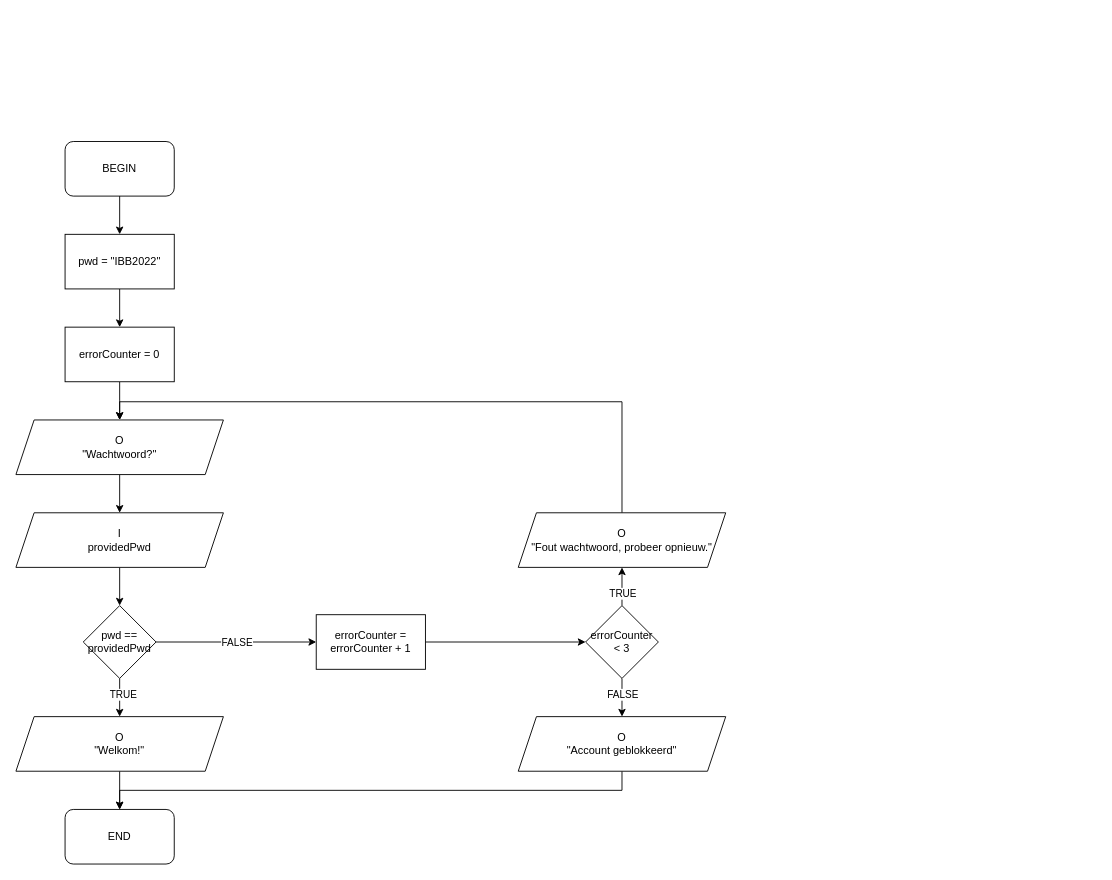
Earlier version of the draw.io diagram page "Q5" (4 of 4) of algortimes.drawio (tvercamer/vub-inf-wpo-solutions). Source tidied: cells renumbered, new cells numbered last; positions are measured from the earlier drawing's top-left corner, leaving out a move shared by most shapes. Both pictures are drawn from the tidied source at 91%, with x=0, y=0 at pixel (15, 141).
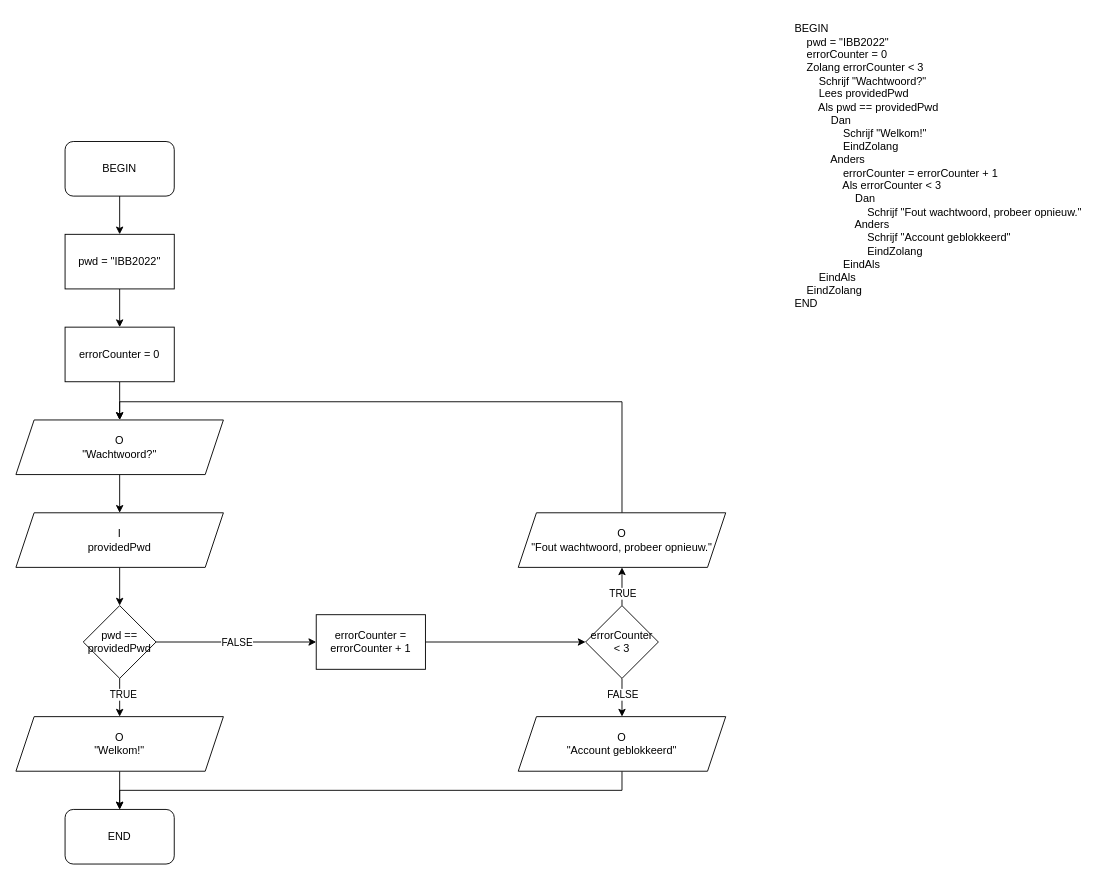
Above is the later version.

Change to the diagram source:
```diff
@@
+    <mxCell id="31" value="BEGIN&lt;br&gt;&amp;nbsp; &amp;nbsp; pwd = &quot;IBB2022&quot;&lt;br&gt;&amp;nbsp; &amp;nbsp; errorCounter = 0&lt;br&gt;&amp;nbsp; &amp;nbsp; Zolang errorCounter &amp;lt; 3&lt;br&gt;&amp;nbsp; &amp;nbsp; &amp;nbsp; &amp;nbsp; Schrijf &quot;Wachtwoord?&quot;&lt;br&gt;&amp;nbsp; &amp;nbsp; &amp;nbsp; &amp;nbsp; Lees providedPwd&lt;br&gt;&amp;nbsp; &amp;nbsp; &amp;nbsp; &amp;nbsp; Als pwd == providedPwd&lt;br&gt;&amp;nbsp; &amp;nbsp; &amp;nbsp; &amp;nbsp; &amp;nbsp; &amp;nbsp; Dan&lt;br&gt;&amp;nbsp; &amp;nbsp; &amp;nbsp; &amp;nbsp; &amp;nbsp; &amp;nbsp; &amp;nbsp; &amp;nbsp; Schrijf &quot;Welkom!&quot;&lt;br&gt;&amp;nbsp; &amp;nbsp; &amp;nbsp; &amp;nbsp; &amp;nbsp; &amp;nbsp; &amp;nbsp; &amp;nbsp; EindZolang&lt;br&gt;&amp;nbsp; &amp;nbsp; &amp;nbsp; &amp;nbsp; &amp;nbsp; &amp;nbsp; Anders&lt;br&gt;&amp;nbsp; &amp;nbsp; &amp;nbsp; &amp;nbsp; &amp;nbsp; &amp;nbsp; &amp;nbsp; &amp;nbsp; errorCounter = errorCounter + 1&lt;br&gt;&amp;nbsp; &amp;nbsp; &amp;nbsp; &amp;nbsp; &amp;nbsp; &amp;nbsp; &amp;nbsp; &amp;nbsp; Als errorCounter &amp;lt; 3&lt;br&gt;&amp;nbsp; &amp;nbsp; &amp;nbsp; &amp;nbsp; &amp;nbsp; &amp;nbsp; &amp;nbsp; &amp;nbsp; &amp;nbsp; &amp;nbsp; Dan&lt;br&gt;&amp;nbsp; &amp;nbsp; &amp;nbsp; &amp;nbsp; &amp;nbsp; &amp;nbsp; &amp;nbsp; &amp;nbsp; &amp;nbsp; &amp;nbsp; &amp;nbsp; &amp;nbsp; Schrijf &quot;Fout wachtwoord, probeer opnieuw.&quot;&lt;br&gt;&amp;nbsp; &amp;nbsp; &amp;nbsp; &amp;nbsp; &amp;nbsp; &amp;nbsp; &amp;nbsp; &amp;nbsp; &amp;nbsp; &amp;nbsp; Anders&lt;br&gt;&amp;nbsp; &amp;nbsp; &amp;nbsp; &amp;nbsp; &amp;nbsp; &amp;nbsp; &amp;nbsp; &amp;nbsp; &amp;nbsp; &amp;nbsp; &amp;nbsp; &amp;nbsp; Schrijf &quot;Account geblokkeerd&quot;&lt;br&gt;&amp;nbsp; &amp;nbsp; &amp;nbsp; &amp;nbsp; &amp;nbsp; &amp;nbsp; &amp;nbsp; &amp;nbsp; &amp;nbsp; &amp;nbsp; &amp;nbsp; &amp;nbsp; EindZolang&lt;br&gt;&amp;nbsp; &amp;nbsp; &amp;nbsp; &amp;nbsp; &amp;nbsp; &amp;nbsp; &amp;nbsp; &amp;nbsp; EindAls&lt;br&gt;&amp;nbsp; &amp;nbsp; &amp;nbsp; &amp;nbsp; EindAls&lt;br&gt;&amp;nbsp; &amp;nbsp; EindZolang&lt;br&gt;END" style="text;html=1;align=left;verticalAlign=middle;strokeColor=none;fillColor=none;" parent="1" vertex="1">
+      <mxGeometry x="854" y="-138" width="333" height="329" as="geometry" />
+    </mxCell>
```
